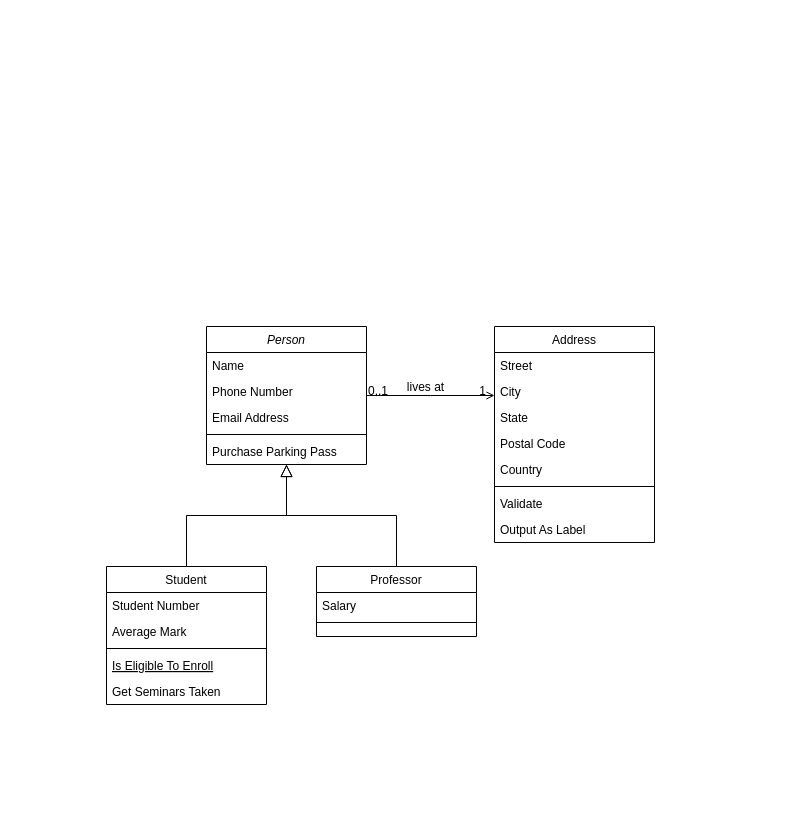
Earlier version of the draw.io diagram Untitled Diagram.drawio (bambaibrahim02/projet_hsp). Source tidied: cells renumbered, new cells numbered last; positions are measured from the earlier drawing's top-left corner, leaving out a move shared by most shapes. Both pictures are drawn from the tidied source at 100%, with x=0, y=0 at pixel (106, 326).
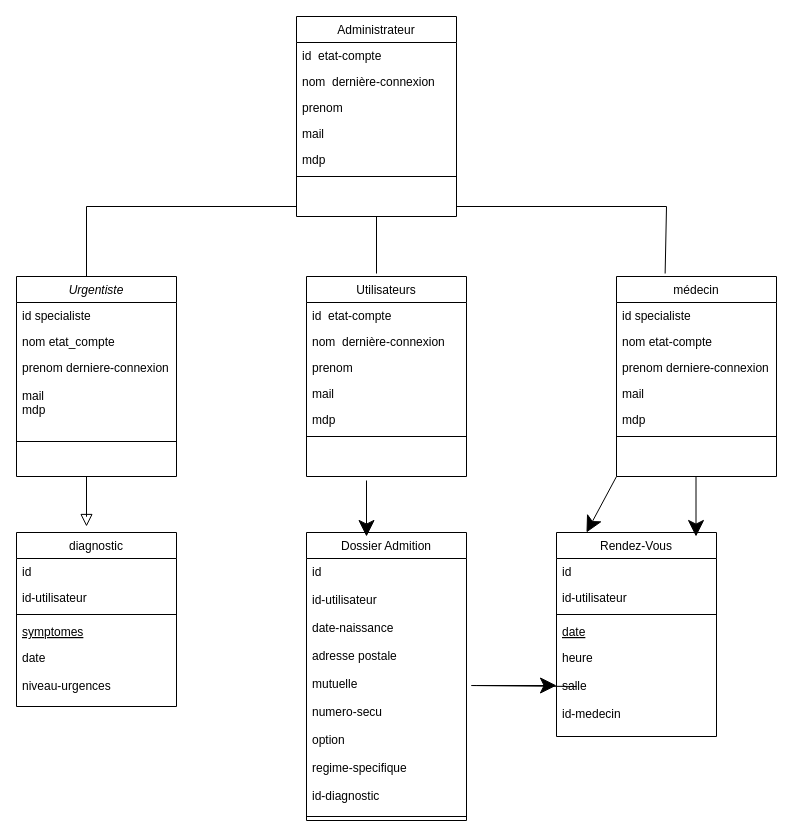
Above is the later version.

Change to the diagram source:
```diff
@@
-    <mxCell id="2" value="Person" style="swimlane;fontStyle=2;align=center;verticalAlign=top;horizontal=1;startSize=26;rounded=0;shadow=0;strokeWidth=1;" parent="1" vertex="1">
-      <mxGeometry x="100" width="160" height="138" as="geometry" />
+    <mxCell id="2" value="Urgentiste" style="swimlane;fontStyle=2;align=center;verticalAlign=top;horizontal=1;startSize=26;rounded=0;shadow=0;strokeWidth=1;" parent="1" vertex="1">
+      <mxGeometry x="-90" y="-50" width="160" height="200" as="geometry" />
     </mxCell>
-    <mxCell id="3" value="Name" style="text;align=left;verticalAlign=top;spacingLeft=4;spacingRight=4;overflow=hidden;" parent="2" vertex="1">
+    <mxCell id="3" value="id specialiste" style="text;align=left;verticalAlign=top;spacingLeft=4;spacingRight=4;overflow=hidden;" parent="2" vertex="1">
       <mxGeometry y="26" width="160" height="26" as="geometry" />
     </mxCell>
-    <mxCell id="4" value="Phone Number" style="text;align=left;verticalAlign=top;spacingLeft=4;spacingRight=4;overflow=hidden;rounded=0;shadow=0;html=0;" parent="2" vertex="1">
+    <mxCell id="4" value="nom etat_compte" style="text;align=left;verticalAlign=top;spacingLeft=4;spacingRight=4;overflow=hidden;rounded=0;shadow=0;html=0;" parent="2" vertex="1">
       <mxGeometry y="52" width="160" height="26" as="geometry" />
     </mxCell>
-    <mxCell id="5" value="Email Address" style="text;align=left;verticalAlign=top;spacingLeft=4;spacingRight=4;overflow=hidden;rounded=0;shadow=0;html=0;" parent="2" vertex="1">
-      <mxGeometry y="78" width="160" height="26" as="geometry" />
+    <mxCell id="5" value="prenom derniere-connexion&#10;&#10;mail&#10;mdp&#10;&#10;&#10;" style="text;align=left;verticalAlign=top;spacingLeft=4;spacingRight=4;overflow=hidden;rounded=0;shadow=0;html=0;" parent="2" vertex="1">
+      <mxGeometry y="78" width="160" height="62" as="geometry" />
     </mxCell>
     <mxCell id="6" style="line;html=1;strokeWidth=1;align=left;verticalAlign=middle;spacingTop=-1;spacingLeft=3;spacingRight=3;labelPosition=right;" parent="2" vertex="1">
-      <mxGeometry y="104" width="160" height="8" as="geometry" />
+      <mxGeometry y="140" width="160" height="50" as="geometry" />
     </mxCell>
-    <mxCell id="7" value="Purchase Parking Pass" style="text;align=left;verticalAlign=top;spacingLeft=4;spacingRight=4;overflow=hidden;" parent="2" vertex="1">
-      <mxGeometry y="112" width="160" height="26" as="geometry" />
-    </mxCell>
-    <mxCell id="8" value="Student" style="swimlane;fontStyle=0;align=center;verticalAlign=top;horizontal=1;startSize=26;rounded=0;shadow=0;strokeWidth=1;" parent="1" vertex="1">
-      <mxGeometry y="240" width="160" height="138" as="geometry" />
+    <mxCell id="8" value="diagnostic" style="swimlane;fontStyle=0;align=center;verticalAlign=top;horizontal=1;startSize=26;rounded=0;shadow=0;strokeWidth=1;" parent="1" vertex="1">
+      <mxGeometry x="-90" y="206" width="160" height="174" as="geometry" />
     </mxCell>
-    <mxCell id="9" value="Student Number" style="text;align=left;verticalAlign=top;spacingLeft=4;spacingRight=4;overflow=hidden;" parent="8" vertex="1">
+    <mxCell id="9" value="id" style="text;align=left;verticalAlign=top;spacingLeft=4;spacingRight=4;overflow=hidden;" parent="8" vertex="1">
       <mxGeometry y="26" width="160" height="26" as="geometry" />
     </mxCell>
-    <mxCell id="10" value="Average Mark" style="text;align=left;verticalAlign=top;spacingLeft=4;spacingRight=4;overflow=hidden;rounded=0;shadow=0;html=0;" parent="8" vertex="1">
+    <mxCell id="10" value="id-utilisateur" style="text;align=left;verticalAlign=top;spacingLeft=4;spacingRight=4;overflow=hidden;rounded=0;shadow=0;html=0;" parent="8" vertex="1">
       <mxGeometry y="52" width="160" height="26" as="geometry" />
     </mxCell>
@@
-    <mxCell id="12" value="Is Eligible To Enroll" style="text;align=left;verticalAlign=top;spacingLeft=4;spacingRight=4;overflow=hidden;fontStyle=4;" parent="8" vertex="1">
+    <mxCell id="12" value="symptomes" style="text;align=left;verticalAlign=top;spacingLeft=4;spacingRight=4;overflow=hidden;fontStyle=4;" parent="8" vertex="1">
       <mxGeometry y="86" width="160" height="26" as="geometry" />
     </mxCell>
-    <mxCell id="13" value="Get Seminars Taken" style="text;align=left;verticalAlign=top;spacingLeft=4;spacingRight=4;overflow=hidden;" parent="8" vertex="1">
-      <mxGeometry y="112" width="160" height="26" as="geometry" />
+    <mxCell id="13" value="date&#10;&#10;niveau-urgences" style="text;align=left;verticalAlign=top;spacingLeft=4;spacingRight=4;overflow=hidden;" parent="8" vertex="1">
+      <mxGeometry y="112" width="160" height="2" as="geometry" />
     </mxCell>
-    <mxCell id="14" style="endArrow=block;endSize=10;endFill=0;shadow=0;strokeWidth=1;rounded=0;edgeStyle=elbowEdgeStyle;elbow=vertical;" parent="1" edge="1" source="8" target="2">
-      <mxGeometry relative="1" as="geometry" />
+    <mxCell id="14" style="endArrow=block;endSize=10;endFill=0;shadow=0;strokeWidth=1;rounded=0;edgeStyle=elbowEdgeStyle;elbow=vertical;" parent="1" edge="1">
+      <mxGeometry relative="1" as="geometry">
+        <mxPoint x="-20" y="150" as="sourcePoint" />
+        <mxPoint x="-20" y="200" as="targetPoint" />
+        <Array as="points">
+          <mxPoint x="30" y="190" />
+        </Array>
+      </mxGeometry>
     </mxCell>
-    <mxCell id="15" value="Professor" style="swimlane;fontStyle=0;align=center;verticalAlign=top;horizontal=1;startSize=26;rounded=0;shadow=0;strokeWidth=1;" parent="1" vertex="1">
-      <mxGeometry x="210" y="240" width="160" height="70" as="geometry" />
+    <mxCell id="15" value="Dossier Admition" style="swimlane;fontStyle=0;align=center;verticalAlign=top;horizontal=1;startSize=26;rounded=0;shadow=0;strokeWidth=1;" parent="1" vertex="1">
+      <mxGeometry x="200" y="206" width="160" height="288" as="geometry" />
     </mxCell>
-    <mxCell id="16" value="Salary" style="text;align=left;verticalAlign=top;spacingLeft=4;spacingRight=4;overflow=hidden;" parent="15" vertex="1">
-      <mxGeometry y="26" width="160" height="26" as="geometry" />
+    <mxCell id="16" value="id&#10;&#10;id-utilisateur&#10;&#10;date-naissance&#10;&#10;adresse postale&#10;&#10;mutuelle&#10;&#10;numero-secu&#10;&#10;option&#10;&#10;regime-specifique&#10;&#10;id-diagnostic&#10;" style="text;align=left;verticalAlign=top;spacingLeft=4;spacingRight=4;overflow=hidden;" parent="15" vertex="1">
+      <mxGeometry y="26" width="160" height="254" as="geometry" />
     </mxCell>
     <mxCell id="17" style="line;html=1;strokeWidth=1;align=left;verticalAlign=middle;spacingTop=-1;spacingLeft=3;spacingRight=3;labelPosition=right;" parent="15" vertex="1">
-      <mxGeometry y="52" width="160" height="8" as="geometry" />
+      <mxGeometry y="280" width="160" height="8" as="geometry" />
     </mxCell>
-    <mxCell id="18" style="endArrow=block;endSize=10;endFill=0;shadow=0;strokeWidth=1;rounded=0;edgeStyle=elbowEdgeStyle;elbow=vertical;" parent="1" edge="1" source="15" target="2">
-      <mxGeometry relative="1" as="geometry" />
-    </mxCell>
-    <mxCell id="19" value="Address" style="swimlane;fontStyle=0;align=center;verticalAlign=top;horizontal=1;startSize=26;rounded=0;shadow=0;strokeWidth=1;" parent="1" vertex="1">
-      <mxGeometry x="388" width="160" height="216" as="geometry" />
+    <mxCell id="19" value="Administrateur" style="swimlane;fontStyle=0;align=center;verticalAlign=top;horizontal=1;startSize=26;rounded=0;shadow=0;strokeWidth=1;" parent="1" vertex="1">
+      <mxGeometry x="190" y="-310" width="160" height="200" as="geometry" />
     </mxCell>
-    <mxCell id="20" value="Street" style="text;align=left;verticalAlign=top;spacingLeft=4;spacingRight=4;overflow=hidden;" parent="19" vertex="1">
+    <mxCell id="20" value="id  etat-compte" style="text;align=left;verticalAlign=top;spacingLeft=4;spacingRight=4;overflow=hidden;" parent="19" vertex="1">
       <mxGeometry y="26" width="160" height="26" as="geometry" />
     </mxCell>
-    <mxCell id="21" value="City" style="text;align=left;verticalAlign=top;spacingLeft=4;spacingRight=4;overflow=hidden;rounded=0;shadow=0;html=0;" parent="19" vertex="1">
+    <mxCell id="21" value="nom  dernière-connexion" style="text;align=left;verticalAlign=top;spacingLeft=4;spacingRight=4;overflow=hidden;rounded=0;shadow=0;html=0;" parent="19" vertex="1">
       <mxGeometry y="52" width="160" height="26" as="geometry" />
     </mxCell>
-    <mxCell id="22" value="State" style="text;align=left;verticalAlign=top;spacingLeft=4;spacingRight=4;overflow=hidden;rounded=0;shadow=0;html=0;" parent="19" vertex="1">
+    <mxCell id="22" value="prenom" style="text;align=left;verticalAlign=top;spacingLeft=4;spacingRight=4;overflow=hidden;rounded=0;shadow=0;html=0;" parent="19" vertex="1">
       <mxGeometry y="78" width="160" height="26" as="geometry" />
     </mxCell>
-    <mxCell id="23" value="Postal Code" style="text;align=left;verticalAlign=top;spacingLeft=4;spacingRight=4;overflow=hidden;rounded=0;shadow=0;html=0;" parent="19" vertex="1">
+    <mxCell id="23" value="mail" style="text;align=left;verticalAlign=top;spacingLeft=4;spacingRight=4;overflow=hidden;rounded=0;shadow=0;html=0;" parent="19" vertex="1">
       <mxGeometry y="104" width="160" height="26" as="geometry" />
     </mxCell>
-    <mxCell id="24" value="Country" style="text;align=left;verticalAlign=top;spacingLeft=4;spacingRight=4;overflow=hidden;rounded=0;shadow=0;html=0;" parent="19" vertex="1">
+    <mxCell id="24" value="mdp" style="text;align=left;verticalAlign=top;spacingLeft=4;spacingRight=4;overflow=hidden;rounded=0;shadow=0;html=0;" parent="19" vertex="1">
       <mxGeometry y="130" width="160" height="26" as="geometry" />
     </mxCell>
@@
-    <mxCell id="26" value="Validate" style="text;align=left;verticalAlign=top;spacingLeft=4;spacingRight=4;overflow=hidden;" parent="19" vertex="1">
-      <mxGeometry y="164" width="160" height="26" as="geometry" />
-    </mxCell>
-    <mxCell id="27" value="Output As Label" style="text;align=left;verticalAlign=top;spacingLeft=4;spacingRight=4;overflow=hidden;" parent="19" vertex="1">
-      <mxGeometry y="190" width="160" height="26" as="geometry" />
-    </mxCell>
-    <mxCell id="28" style="endArrow=open;shadow=0;strokeWidth=1;rounded=0;endFill=1;edgeStyle=elbowEdgeStyle;elbow=vertical;" parent="1" edge="1" source="2" target="19">
-      <mxGeometry x="0.5" y="41" relative="1" as="geometry">
-        <mxPoint x="-40" y="32" as="offset" />
-      </mxGeometry>
-    </mxCell>
-    <mxCell id="29" value="0..1" style="align=left;verticalAlign=bottom;labelBackgroundColor=none;fontSize=12;" parent="28" vertex="1">
-      <mxGeometry x="-1" relative="1" as="geometry">
-        <mxPoint y="4" as="offset" />
-      </mxGeometry>
-    </mxCell>
-    <mxCell id="30" value="1" style="align=right;verticalAlign=bottom;labelBackgroundColor=none;fontSize=12;" parent="28" vertex="1">
-      <mxGeometry x="1" relative="1" as="geometry">
-        <mxPoint x="-7" y="4" as="offset" />
-      </mxGeometry>
-    </mxCell>
-    <mxCell id="31" value="lives at" style="text;html=1;align=center;verticalAlign=middle;labelBackgroundColor=none;rounded=0;shadow=0;strokeWidth=1;fontSize=12;" parent="28" vertex="1">
-      <mxGeometry x="0.5" y="49" relative="1" as="geometry">
-        <mxPoint x="-38" y="40" as="offset" />
-      </mxGeometry>
-    </mxCell>
+    <mxCell id="32" value="Utilisateurs" style="swimlane;fontStyle=0;align=center;verticalAlign=top;horizontal=1;startSize=26;rounded=0;shadow=0;strokeWidth=1;" parent="1" vertex="1">
+      <mxGeometry x="200" y="-50" width="160" height="200" as="geometry" />
+    </mxCell>
+    <mxCell id="33" value="id  etat-compte" style="text;align=left;verticalAlign=top;spacingLeft=4;spacingRight=4;overflow=hidden;" parent="32" vertex="1">
+      <mxGeometry y="26" width="160" height="26" as="geometry" />
+    </mxCell>
+    <mxCell id="34" value="nom  dernière-connexion" style="text;align=left;verticalAlign=top;spacingLeft=4;spacingRight=4;overflow=hidden;rounded=0;shadow=0;html=0;" parent="32" vertex="1">
+      <mxGeometry y="52" width="160" height="26" as="geometry" />
+    </mxCell>
+    <mxCell id="35" value="prenom" style="text;align=left;verticalAlign=top;spacingLeft=4;spacingRight=4;overflow=hidden;rounded=0;shadow=0;html=0;" parent="32" vertex="1">
+      <mxGeometry y="78" width="160" height="26" as="geometry" />
+    </mxCell>
+    <mxCell id="36" value="mail" style="text;align=left;verticalAlign=top;spacingLeft=4;spacingRight=4;overflow=hidden;rounded=0;shadow=0;html=0;" parent="32" vertex="1">
+      <mxGeometry y="104" width="160" height="26" as="geometry" />
+    </mxCell>
+    <mxCell id="37" value="mdp" style="text;align=left;verticalAlign=top;spacingLeft=4;spacingRight=4;overflow=hidden;rounded=0;shadow=0;html=0;" parent="32" vertex="1">
+      <mxGeometry y="130" width="160" height="26" as="geometry" />
+    </mxCell>
+    <mxCell id="38" style="line;html=1;strokeWidth=1;align=left;verticalAlign=middle;spacingTop=-1;spacingLeft=3;spacingRight=3;labelPosition=right;" parent="32" vertex="1">
+      <mxGeometry y="156" width="160" height="8" as="geometry" />
+    </mxCell>
+    <mxCell id="39" style="endArrow=classic;html=1;startSize=14;endSize=14;sourcePerimeterSpacing=8;targetPerimeterSpacing=8;" parent="32" edge="1">
+      <mxGeometry relative="1" as="geometry">
+        <mxPoint x="60" y="204" as="sourcePoint" />
+        <mxPoint x="60" y="260" as="targetPoint" />
+      </mxGeometry>
+    </mxCell>
+    <mxCell id="40" value="médecin" style="swimlane;fontStyle=0;align=center;verticalAlign=top;horizontal=1;startSize=26;rounded=0;shadow=0;strokeWidth=1;" parent="1" vertex="1">
+      <mxGeometry x="510" y="-50" width="160" height="200" as="geometry" />
+    </mxCell>
+    <mxCell id="41" value="id specialiste" style="text;align=left;verticalAlign=top;spacingLeft=4;spacingRight=4;overflow=hidden;" parent="40" vertex="1">
+      <mxGeometry y="26" width="160" height="26" as="geometry" />
+    </mxCell>
+    <mxCell id="42" value="nom etat-compte" style="text;align=left;verticalAlign=top;spacingLeft=4;spacingRight=4;overflow=hidden;rounded=0;shadow=0;html=0;" parent="40" vertex="1">
+      <mxGeometry y="52" width="160" height="26" as="geometry" />
+    </mxCell>
+    <mxCell id="43" value="prenom derniere-connexion" style="text;align=left;verticalAlign=top;spacingLeft=4;spacingRight=4;overflow=hidden;rounded=0;shadow=0;html=0;" parent="40" vertex="1">
+      <mxGeometry y="78" width="160" height="26" as="geometry" />
+    </mxCell>
+    <mxCell id="44" value="mail" style="text;align=left;verticalAlign=top;spacingLeft=4;spacingRight=4;overflow=hidden;rounded=0;shadow=0;html=0;" parent="40" vertex="1">
+      <mxGeometry y="104" width="160" height="26" as="geometry" />
+    </mxCell>
+    <mxCell id="45" value="mdp" style="text;align=left;verticalAlign=top;spacingLeft=4;spacingRight=4;overflow=hidden;rounded=0;shadow=0;html=0;" parent="40" vertex="1">
+      <mxGeometry y="130" width="160" height="26" as="geometry" />
+    </mxCell>
+    <mxCell id="46" style="line;html=1;strokeWidth=1;align=left;verticalAlign=middle;spacingTop=-1;spacingLeft=3;spacingRight=3;labelPosition=right;" parent="40" vertex="1">
+      <mxGeometry y="156" width="160" height="8" as="geometry" />
+    </mxCell>
+    <mxCell id="47" value="Rendez-Vous" style="swimlane;fontStyle=0;align=center;verticalAlign=top;horizontal=1;startSize=26;rounded=0;shadow=0;strokeWidth=1;" parent="1" vertex="1">
+      <mxGeometry x="450" y="206" width="160" height="204" as="geometry" />
+    </mxCell>
+    <mxCell id="48" value="id" style="text;align=left;verticalAlign=top;spacingLeft=4;spacingRight=4;overflow=hidden;" parent="47" vertex="1">
+      <mxGeometry y="26" width="160" height="26" as="geometry" />
+    </mxCell>
+    <mxCell id="49" value="id-utilisateur" style="text;align=left;verticalAlign=top;spacingLeft=4;spacingRight=4;overflow=hidden;rounded=0;shadow=0;html=0;" parent="47" vertex="1">
+      <mxGeometry y="52" width="160" height="26" as="geometry" />
+    </mxCell>
+    <mxCell id="50" style="line;html=1;strokeWidth=1;align=left;verticalAlign=middle;spacingTop=-1;spacingLeft=3;spacingRight=3;labelPosition=right;" parent="47" vertex="1">
+      <mxGeometry y="78" width="160" height="8" as="geometry" />
+    </mxCell>
+    <mxCell id="51" value="date&#10;" style="text;align=left;verticalAlign=top;spacingLeft=4;spacingRight=4;overflow=hidden;fontStyle=4;" parent="47" vertex="1">
+      <mxGeometry y="86" width="160" height="26" as="geometry" />
+    </mxCell>
+    <mxCell id="52" value="heure&#10;&#10;salle&#10;&#10;id-medecin" style="text;align=left;verticalAlign=top;spacingLeft=4;spacingRight=4;overflow=hidden;" parent="47" vertex="1">
+      <mxGeometry y="112" width="160" height="2" as="geometry" />
+    </mxCell>
+    <mxCell id="53" style="endArrow=classic;html=1;startSize=14;endSize=14;sourcePerimeterSpacing=8;targetPerimeterSpacing=8;" parent="1" edge="1">
+      <mxGeometry relative="1" as="geometry">
+        <mxPoint x="589.5" y="150" as="sourcePoint" />
+        <mxPoint x="589.5" y="210" as="targetPoint" />
+      </mxGeometry>
+    </mxCell>
+    <mxCell id="54" style="endArrow=classic;html=1;startSize=14;endSize=14;sourcePerimeterSpacing=8;targetPerimeterSpacing=8;exitX=0;exitY=1;exitDx=0;exitDy=0;" parent="1" edge="1" source="40">
+      <mxGeometry relative="1" as="geometry">
+        <mxPoint x="480" y="206" as="targetPoint" />
+      </mxGeometry>
+    </mxCell>
+    <mxCell id="55" style="endArrow=classic;html=1;startSize=14;endSize=14;sourcePerimeterSpacing=8;targetPerimeterSpacing=8;entryX=0;entryY=0.75;entryDx=0;entryDy=0;" parent="1" edge="1" target="47">
+      <mxGeometry relative="1" as="geometry">
+        <mxPoint x="470" y="360" as="sourcePoint" />
+        <Array as="points">
+          <mxPoint x="360" y="359" />
+        </Array>
+      </mxGeometry>
+    </mxCell>
+    <mxCell id="56" style="endArrow=none;html=1;startSize=14;endSize=14;sourcePerimeterSpacing=8;targetPerimeterSpacing=8;" parent="1" edge="1">
+      <mxGeometry relative="1" as="geometry">
+        <mxPoint x="-20" y="-50" as="sourcePoint" />
+        <mxPoint x="-20" y="-120" as="targetPoint" />
+      </mxGeometry>
+    </mxCell>
+    <mxCell id="57" style="endArrow=none;html=1;startSize=14;endSize=14;sourcePerimeterSpacing=8;targetPerimeterSpacing=8;" parent="1" edge="1">
+      <mxGeometry relative="1" as="geometry">
+        <mxPoint x="-20" y="-120" as="sourcePoint" />
+        <mxPoint x="190" y="-120" as="targetPoint" />
+      </mxGeometry>
+    </mxCell>
+    <mxCell id="58" style="endArrow=none;html=1;startSize=14;endSize=14;sourcePerimeterSpacing=8;targetPerimeterSpacing=8;" parent="1" edge="1">
+      <mxGeometry relative="1" as="geometry">
+        <mxPoint x="350" y="-120" as="sourcePoint" />
+        <mxPoint x="560" y="-120" as="targetPoint" />
+      </mxGeometry>
+    </mxCell>
+    <mxCell id="59" style="endArrow=none;html=1;startSize=14;endSize=14;sourcePerimeterSpacing=8;targetPerimeterSpacing=8;exitX=0.304;exitY=-0.015;exitDx=0;exitDy=0;exitPerimeter=0;" parent="1" edge="1" source="40">
+      <mxGeometry relative="1" as="geometry">
+        <mxPoint x="560" y="-120" as="targetPoint" />
+      </mxGeometry>
+    </mxCell>
+    <mxCell id="60" style="endArrow=none;html=1;startSize=14;endSize=14;sourcePerimeterSpacing=8;targetPerimeterSpacing=8;" parent="1" edge="1">
+      <mxGeometry relative="1" as="geometry">
+        <mxPoint x="270" y="-53" as="sourcePoint" />
+        <mxPoint x="270" y="-110" as="targetPoint" />
+      </mxGeometry>
+    </mxCell>
```
